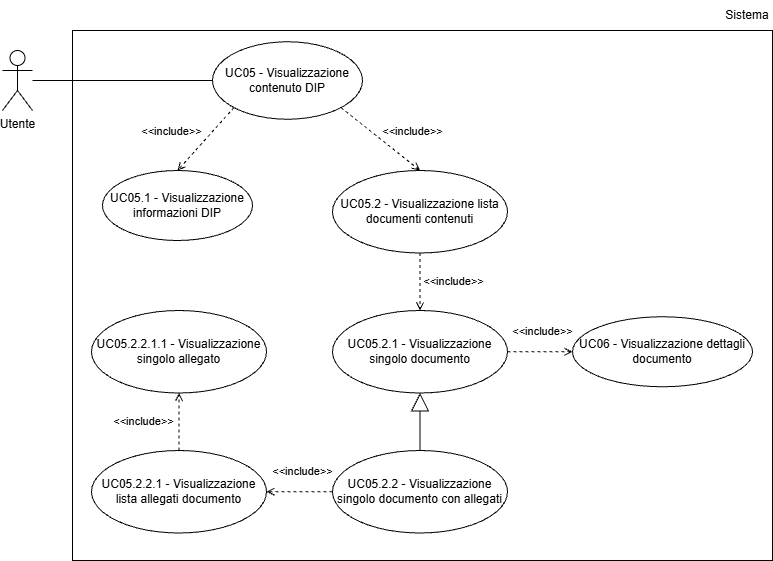
Above: assets/Use_Case_Diagrams/UC05.png in Team-Three-Technologies/Documenti (draw.io), before the change. Source tidied: cells renumbered, new cells last; positions are measured from the earlier drawing's top-left corner, leaving out a move shared by most shapes.
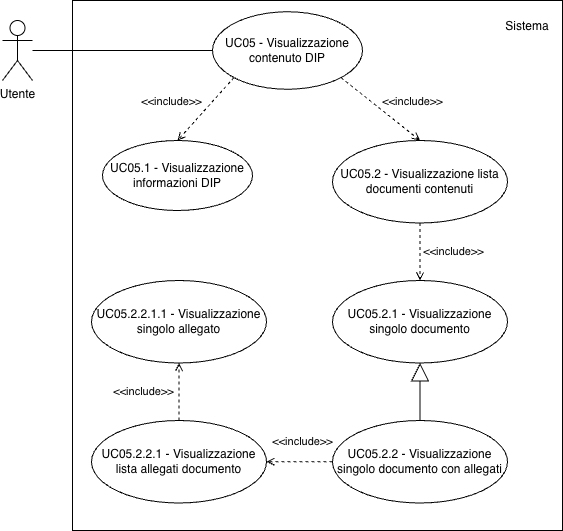
Above is the later version.

Diff of the diagram source:
```diff
@@ -48,16 +48,10 @@
       <mxGeometry x="-0.3" y="36" relative="1" as="geometry" />
     </mxCell>
     <mxCell id="17" style="rounded=0;whiteSpace=wrap;html=1;fillColor=none;" parent="1" vertex="1">
-      <mxGeometry x="70" y="30" width="700" height="530" as="geometry" />
+      <mxGeometry x="70" y="30" width="490" height="530" as="geometry" />
     </mxCell>
     <mxCell id="18" value="Sistema" style="text;html=1;whiteSpace=wrap;strokeColor=none;fillColor=none;align=center;verticalAlign=middle;rounded=0;" parent="1" vertex="1">
-      <mxGeometry x="720" width="50" height="30" as="geometry" />
+      <mxGeometry x="500" y="41.2" width="50" height="30" as="geometry" />
     </mxCell>
-    <mxCell id="19" value=" UC06 - Visualizzazione dettagli documento" style="ellipse;whiteSpace=wrap;html=1;" parent="1" vertex="1">
-      <mxGeometry x="570" y="316.2" width="180" height="70" as="geometry" />
-    </mxCell>
-    <mxCell id="20" value="&amp;lt;&amp;lt;include&amp;gt;&amp;gt;" style="html=1;verticalAlign=bottom;labelBackgroundColor=none;endArrow=open;endFill=0;dashed=1;rounded=0;exitX=1;exitY=0.5;exitDx=0;exitDy=0;entryX=0;entryY=0.5;entryDx=0;entryDy=0;" parent="1" edge="1" source="4" target="19">
-      <mxGeometry x="0.08" y="11" relative="1" as="geometry" />
-    </mxCell>
   </root>
 </mxGraphModel>
```
